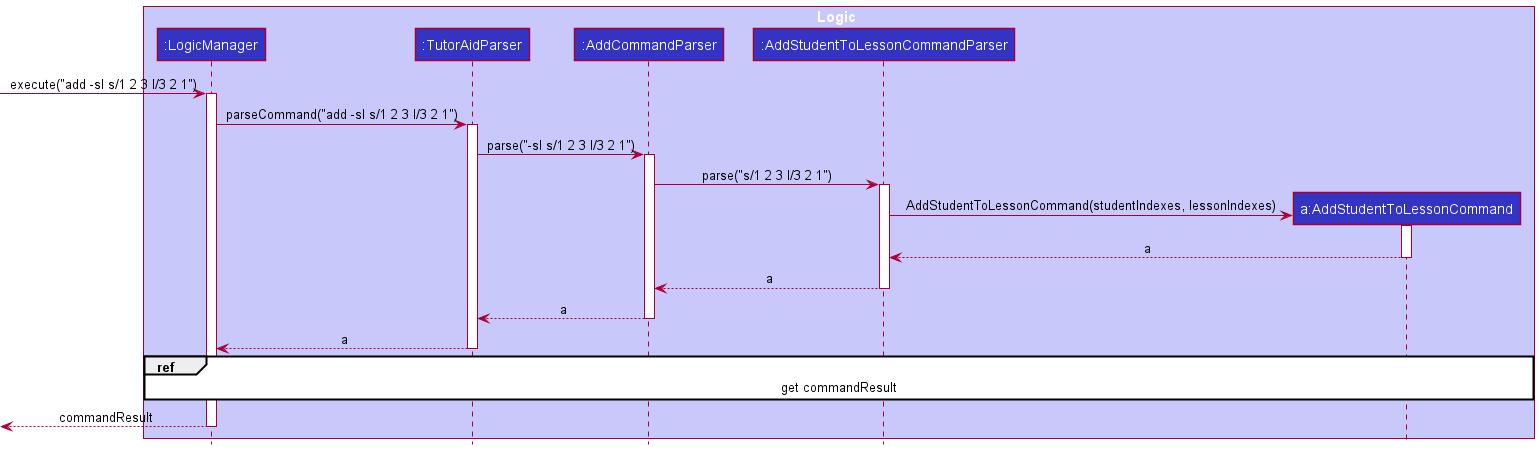
The PlantUML diagram docs/images/ParseAddStudentToLessonSequenceDiagram.png in nus-cs2103-AY2122S1/tp, before a commit.
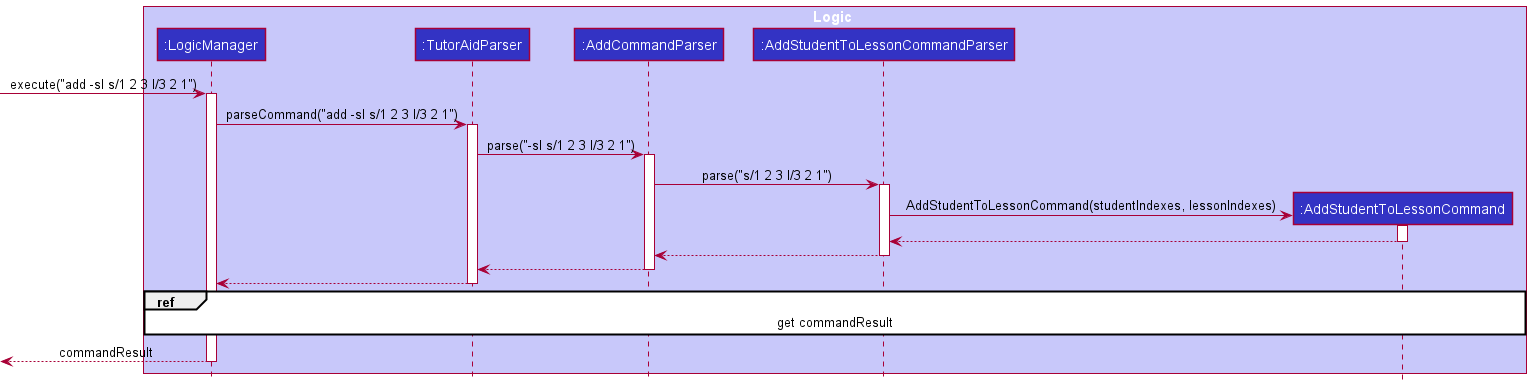
After the commit.

Change to the diagram source:
```diff
@@ -6,7 +6,7 @@
 participant ":TutorAidParser" as TutorAidParser LOGIC_COLOR
 participant ":AddCommandParser" as AddCommandParser LOGIC_COLOR
 participant ":AddStudentToLessonCommandParser" as AddStudentToLessonCommandParser LOGIC_COLOR
-participant "a:AddStudentToLessonCommand" as AddStudentToLessonCommand LOGIC_COLOR
+participant ":AddStudentToLessonCommand" as AddStudentToLessonCommand LOGIC_COLOR
 end box
 
 [-> LogicManager : execute("add -sl s/1 2 3 l/3 2 1")
@@ -24,16 +24,16 @@
 create AddStudentToLessonCommand
 AddStudentToLessonCommandParser -> AddStudentToLessonCommand : AddStudentToLessonCommand(studentIndexes, lessonIndexes)
 activate AddStudentToLessonCommand
-AddStudentToLessonCommandParser <-- AddStudentToLessonCommand : a
+AddStudentToLessonCommandParser <-- AddStudentToLessonCommand
 deactivate AddStudentToLessonCommand
 
-AddCommandParser <-- AddStudentToLessonCommandParser : a
+AddCommandParser <-- AddStudentToLessonCommandParser
 deactivate AddStudentToLessonCommandParser
 
-TutorAidParser <-- AddCommandParser : a
+TutorAidParser <-- AddCommandParser
 deactivate AddCommandParser
 
-LogicManager <-- TutorAidParser : a
+LogicManager <-- TutorAidParser
 deactivate TutorAidParser
 
 ref over LogicManager, AddStudentToLessonCommand : get commandResult
```
